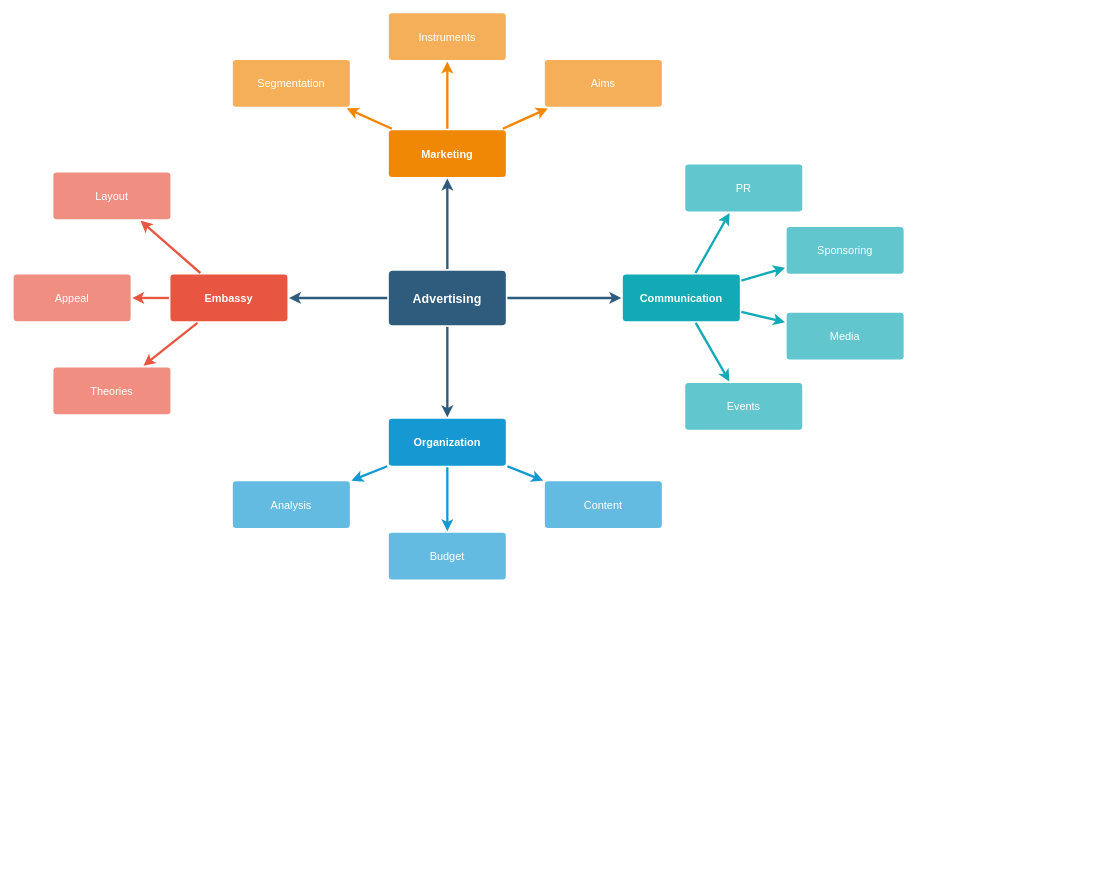
Before: CandidateGenes/Untitled Diagram.drawio in ManuelDelpero/AIL_BFMIS1xBFMIS2, a draw.io diagram. Source tidied: cells renumbered, new cells numbered last; positions are measured from the earlier drawing's top-left corner, leaving out a move shared by most shapes. Both pictures are drawn from the tidied source at 78%, with x=0, y=0 at pixel (13, 12).
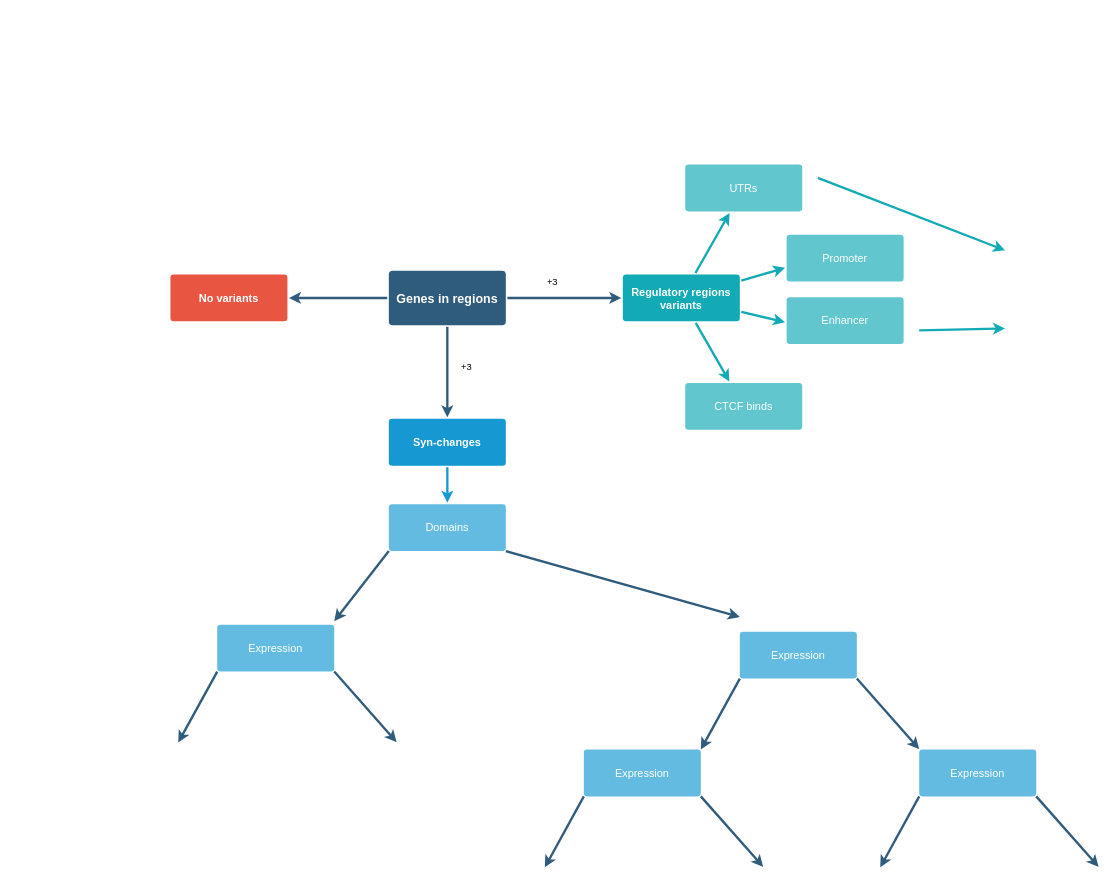
Above is the later version.

Commit message:
Prioritization Diagram

Change to the diagram source:
```diff
@@
-    <mxCell id="2" style="edgeStyle=none;rounded=0;jumpStyle=none;html=1;shadow=0;labelBackgroundColor=none;startArrow=none;startFill=0;endArrow=classic;endFill=1;jettySize=auto;strokeColor=#2F5B7C;strokeWidth=3;fontFamily=Helvetica;fontSize=16;fontColor=#23445D;spacing=5;" parent="1" edge="1" source="6" target="21">
-      <mxGeometry relative="1" as="geometry" />
-    </mxCell>
@@
-    <mxCell id="6" value="Advertising" style="rounded=1;whiteSpace=wrap;html=1;shadow=0;labelBackgroundColor=none;strokeColor=none;strokeWidth=3;fillColor=#2F5B7C;fontFamily=Helvetica;fontSize=16;fontColor=#FFFFFF;align=center;fontStyle=1;spacing=5;arcSize=7;perimeterSpacing=2;" parent="1" vertex="1">
+    <mxCell id="6" value="Genes in regions" style="rounded=1;whiteSpace=wrap;html=1;shadow=0;labelBackgroundColor=none;strokeColor=none;strokeWidth=3;fillColor=#2F5B7C;fontFamily=Helvetica;fontSize=16;fontColor=#FFFFFF;align=center;fontStyle=1;spacing=5;arcSize=7;perimeterSpacing=2;" parent="1" vertex="1">
       <mxGeometry x="481" y="330.5" width="150" height="70" as="geometry" />
     </mxCell>
-    <mxCell id="7" style="edgeStyle=none;rounded=1;jumpStyle=none;html=1;shadow=0;labelBackgroundColor=none;startArrow=none;startFill=0;jettySize=auto;strokeColor=#E85642;strokeWidth=3;fontFamily=Helvetica;fontSize=14;fontColor=#FFFFFF;spacing=5;fontStyle=1;fillColor=#b0e3e6;" parent="1" edge="1" source="10" target="13">
-      <mxGeometry relative="1" as="geometry" />
-    </mxCell>
-    <mxCell id="8" style="edgeStyle=none;rounded=1;jumpStyle=none;html=1;shadow=0;labelBackgroundColor=none;startArrow=none;startFill=0;jettySize=auto;strokeColor=#E85642;strokeWidth=3;fontFamily=Helvetica;fontSize=14;fontColor=#FFFFFF;spacing=5;fontStyle=1;fillColor=#b0e3e6;" parent="1" edge="1" source="10" target="12">
-      <mxGeometry relative="1" as="geometry" />
-    </mxCell>
-    <mxCell id="9" style="edgeStyle=none;rounded=1;jumpStyle=none;html=1;shadow=0;labelBackgroundColor=none;startArrow=none;startFill=0;jettySize=auto;strokeColor=#E85642;strokeWidth=3;fontFamily=Helvetica;fontSize=14;fontColor=#FFFFFF;spacing=5;fontStyle=1;fillColor=#b0e3e6;" parent="1" edge="1" source="10" target="11">
-      <mxGeometry relative="1" as="geometry" />
-    </mxCell>
-    <mxCell id="10" value="Embassy" style="rounded=1;whiteSpace=wrap;html=1;shadow=0;labelBackgroundColor=none;strokeColor=none;strokeWidth=3;fillColor=#e85642;fontFamily=Helvetica;fontSize=14;fontColor=#FFFFFF;align=center;spacing=5;fontStyle=1;arcSize=7;perimeterSpacing=2;" parent="1" vertex="1">
+    <mxCell id="10" value="No variants" style="rounded=1;whiteSpace=wrap;html=1;shadow=0;labelBackgroundColor=none;strokeColor=none;strokeWidth=3;fillColor=#e85642;fontFamily=Helvetica;fontSize=14;fontColor=#FFFFFF;align=center;spacing=5;fontStyle=1;arcSize=7;perimeterSpacing=2;" parent="1" vertex="1">
       <mxGeometry x="201" y="335.5" width="150" height="60" as="geometry" />
     </mxCell>
-    <mxCell id="11" value="Theories" style="rounded=1;whiteSpace=wrap;html=1;shadow=0;labelBackgroundColor=none;strokeColor=none;strokeWidth=3;fillColor=#f08e81;fontFamily=Helvetica;fontSize=14;fontColor=#FFFFFF;align=center;spacing=5;fontStyle=0;arcSize=7;perimeterSpacing=2;" parent="1" vertex="1">
-      <mxGeometry x="51" y="454.5" width="150" height="60" as="geometry" />
-    </mxCell>
-    <mxCell id="12" value="Appeal" style="rounded=1;whiteSpace=wrap;html=1;shadow=0;labelBackgroundColor=none;strokeColor=none;strokeWidth=3;fillColor=#f08e81;fontFamily=Helvetica;fontSize=14;fontColor=#FFFFFF;align=center;spacing=5;fontStyle=0;arcSize=7;perimeterSpacing=2;" parent="1" vertex="1">
-      <mxGeometry y="335.5" width="150" height="60" as="geometry" />
-    </mxCell>
-    <mxCell id="13" value="Layout" style="rounded=1;whiteSpace=wrap;html=1;shadow=0;labelBackgroundColor=none;strokeColor=none;strokeWidth=3;fillColor=#f08e81;fontFamily=Helvetica;fontSize=14;fontColor=#FFFFFF;align=center;spacing=5;fontStyle=0;arcSize=7;perimeterSpacing=2;" parent="1" vertex="1">
-      <mxGeometry x="51" y="204.5" width="150" height="60" as="geometry" />
-    </mxCell>
@@
-    <mxCell id="15" style="edgeStyle=none;rounded=0;jumpStyle=none;html=1;shadow=0;labelBackgroundColor=none;startArrow=none;startFill=0;endArrow=classic;endFill=1;jettySize=auto;strokeColor=#1699D3;strokeWidth=3;fontFamily=Helvetica;fontSize=14;fontColor=#FFFFFF;spacing=5;" parent="1" edge="1" source="17" target="19">
-      <mxGeometry relative="1" as="geometry" />
-    </mxCell>
-    <mxCell id="16" style="edgeStyle=none;rounded=0;jumpStyle=none;html=1;shadow=0;labelBackgroundColor=none;startArrow=none;startFill=0;endArrow=classic;endFill=1;jettySize=auto;strokeColor=#1699D3;strokeWidth=3;fontFamily=Helvetica;fontSize=14;fontColor=#FFFFFF;spacing=5;" parent="1" edge="1" source="17" target="18">
-      <mxGeometry relative="1" as="geometry" />
-    </mxCell>
-    <mxCell id="17" value="Organization" style="rounded=1;whiteSpace=wrap;html=1;shadow=0;labelBackgroundColor=none;strokeColor=none;strokeWidth=3;fillColor=#1699d3;fontFamily=Helvetica;fontSize=14;fontColor=#FFFFFF;align=center;spacing=5;fontStyle=1;arcSize=7;perimeterSpacing=2;" parent="1" vertex="1">
+    <mxCell id="17" value="Syn-changes" style="rounded=1;whiteSpace=wrap;html=1;shadow=0;labelBackgroundColor=none;strokeColor=none;strokeWidth=3;fillColor=#1699d3;fontFamily=Helvetica;fontSize=14;fontColor=#FFFFFF;align=center;spacing=5;fontStyle=1;arcSize=7;perimeterSpacing=2;" parent="1" vertex="1">
       <mxGeometry x="481" y="520.5" width="150" height="60" as="geometry" />
     </mxCell>
-    <mxCell id="18" value="Content" style="rounded=1;whiteSpace=wrap;html=1;shadow=0;labelBackgroundColor=none;strokeColor=none;strokeWidth=3;fillColor=#64bbe2;fontFamily=Helvetica;fontSize=14;fontColor=#FFFFFF;align=center;spacing=5;arcSize=7;perimeterSpacing=2;" parent="1" vertex="1">
-      <mxGeometry x="681" y="600.5" width="150" height="60" as="geometry" />
-    </mxCell>
-    <mxCell id="19" value="Budget" style="rounded=1;whiteSpace=wrap;html=1;shadow=0;labelBackgroundColor=none;strokeColor=none;strokeWidth=3;fillColor=#64bbe2;fontFamily=Helvetica;fontSize=14;fontColor=#FFFFFF;align=center;spacing=5;arcSize=7;perimeterSpacing=2;" parent="1" vertex="1">
-      <mxGeometry x="481" y="666.5" width="150" height="60" as="geometry" />
-    </mxCell>
-    <mxCell id="20" value="Analysis" style="rounded=1;whiteSpace=wrap;html=1;shadow=0;labelBackgroundColor=none;strokeColor=none;strokeWidth=3;fillColor=#64bbe2;fontFamily=Helvetica;fontSize=14;fontColor=#FFFFFF;align=center;spacing=5;arcSize=7;perimeterSpacing=2;" parent="1" vertex="1">
-      <mxGeometry x="281" y="600.5" width="150" height="60" as="geometry" />
+    <mxCell id="20" value="Domains" style="rounded=1;whiteSpace=wrap;html=1;shadow=0;labelBackgroundColor=none;strokeColor=none;strokeWidth=3;fillColor=#64bbe2;fontFamily=Helvetica;fontSize=14;fontColor=#FFFFFF;align=center;spacing=5;arcSize=7;perimeterSpacing=2;" parent="1" vertex="1">
+      <mxGeometry x="481" y="630" width="150" height="60" as="geometry" />
     </mxCell>
-    <mxCell id="21" value="Marketing" style="rounded=1;whiteSpace=wrap;html=1;shadow=0;labelBackgroundColor=none;strokeColor=none;strokeWidth=3;fillColor=#F08705;fontFamily=Helvetica;fontSize=14;fontColor=#FFFFFF;align=center;spacing=5;fontStyle=1;arcSize=7;perimeterSpacing=2;" parent="1" vertex="1">
-      <mxGeometry x="481" y="150.5" width="150" height="60" as="geometry" />
-    </mxCell>
-    <mxCell id="22" value="Aims&lt;br&gt;" style="rounded=1;whiteSpace=wrap;html=1;shadow=0;labelBackgroundColor=none;strokeColor=none;strokeWidth=3;fillColor=#f5af58;fontFamily=Helvetica;fontSize=14;fontColor=#FFFFFF;align=center;spacing=5;arcSize=7;perimeterSpacing=2;" parent="1" vertex="1">
-      <mxGeometry x="681" y="60.5" width="150" height="60" as="geometry" />
-    </mxCell>
-    <mxCell id="23" style="edgeStyle=none;rounded=0;jumpStyle=none;html=1;shadow=0;labelBackgroundColor=none;startArrow=none;startFill=0;endArrow=classic;endFill=1;jettySize=auto;strokeColor=#F08705;strokeWidth=3;fontFamily=Helvetica;fontSize=14;fontColor=#FFFFFF;spacing=5;" parent="1" edge="1" source="21" target="22">
-      <mxGeometry relative="1" as="geometry" />
-    </mxCell>
-    <mxCell id="24" value="Instruments" style="rounded=1;whiteSpace=wrap;html=1;shadow=0;labelBackgroundColor=none;strokeColor=none;strokeWidth=3;fillColor=#f5af58;fontFamily=Helvetica;fontSize=14;fontColor=#FFFFFF;align=center;spacing=5;arcSize=7;perimeterSpacing=2;" parent="1" vertex="1">
-      <mxGeometry x="481" y="0.5" width="150" height="60" as="geometry" />
-    </mxCell>
-    <mxCell id="25" style="edgeStyle=none;rounded=0;jumpStyle=none;html=1;shadow=0;labelBackgroundColor=none;startArrow=none;startFill=0;endArrow=classic;endFill=1;jettySize=auto;strokeColor=#F08705;strokeWidth=3;fontFamily=Helvetica;fontSize=14;fontColor=#FFFFFF;spacing=5;" parent="1" edge="1" source="21" target="24">
-      <mxGeometry relative="1" as="geometry" />
-    </mxCell>
-    <mxCell id="26" value="Segmentation" style="rounded=1;whiteSpace=wrap;html=1;shadow=0;labelBackgroundColor=none;strokeColor=none;strokeWidth=3;fillColor=#f5af58;fontFamily=Helvetica;fontSize=14;fontColor=#FFFFFF;align=center;spacing=5;arcSize=7;perimeterSpacing=2;" parent="1" vertex="1">
-      <mxGeometry x="281" y="60.5" width="150" height="60" as="geometry" />
-    </mxCell>
-    <mxCell id="27" style="edgeStyle=none;rounded=0;jumpStyle=none;html=1;shadow=0;labelBackgroundColor=none;startArrow=none;startFill=0;endArrow=classic;endFill=1;jettySize=auto;strokeColor=#F08705;strokeWidth=3;fontFamily=Helvetica;fontSize=14;fontColor=#FFFFFF;spacing=5;" parent="1" edge="1" source="21" target="26">
-      <mxGeometry relative="1" as="geometry" />
-    </mxCell>
-    <mxCell id="28" value="Communication" style="rounded=1;whiteSpace=wrap;html=1;shadow=0;labelBackgroundColor=none;strokeColor=none;strokeWidth=3;fillColor=#12aab5;fontFamily=Helvetica;fontSize=14;fontColor=#FFFFFF;align=center;spacing=5;fontStyle=1;arcSize=7;perimeterSpacing=2;" parent="1" vertex="1">
+    <mxCell id="28" value="Regulatory regions variants" style="rounded=1;whiteSpace=wrap;html=1;shadow=0;labelBackgroundColor=none;strokeColor=none;strokeWidth=3;fillColor=#12aab5;fontFamily=Helvetica;fontSize=14;fontColor=#FFFFFF;align=center;spacing=5;fontStyle=1;arcSize=7;perimeterSpacing=2;" parent="1" vertex="1">
       <mxGeometry x="781" y="335.5" width="150" height="60" as="geometry" />
     </mxCell>
-    <mxCell id="29" value="Events" style="rounded=1;whiteSpace=wrap;html=1;shadow=0;labelBackgroundColor=none;strokeColor=none;strokeWidth=3;fillColor=#61c6ce;fontFamily=Helvetica;fontSize=14;fontColor=#FFFFFF;align=center;spacing=5;fontStyle=0;arcSize=7;perimeterSpacing=2;" parent="1" vertex="1">
+    <mxCell id="29" value="CTCF binds" style="rounded=1;whiteSpace=wrap;html=1;shadow=0;labelBackgroundColor=none;strokeColor=none;strokeWidth=3;fillColor=#61c6ce;fontFamily=Helvetica;fontSize=14;fontColor=#FFFFFF;align=center;spacing=5;fontStyle=0;arcSize=7;perimeterSpacing=2;" parent="1" vertex="1">
       <mxGeometry x="861" y="474.5" width="150" height="60" as="geometry" />
     </mxCell>
@@
-    <mxCell id="31" value="Media" style="rounded=1;whiteSpace=wrap;html=1;shadow=0;labelBackgroundColor=none;strokeColor=none;strokeWidth=3;fillColor=#61c6ce;fontFamily=Helvetica;fontSize=14;fontColor=#FFFFFF;align=center;spacing=5;fontStyle=0;arcSize=7;perimeterSpacing=2;" parent="1" vertex="1">
-      <mxGeometry x="991" y="384.5" width="150" height="60" as="geometry" />
+    <mxCell id="31" value="Enhancer" style="rounded=1;whiteSpace=wrap;html=1;shadow=0;labelBackgroundColor=none;strokeColor=none;strokeWidth=3;fillColor=#61c6ce;fontFamily=Helvetica;fontSize=14;fontColor=#FFFFFF;align=center;spacing=5;fontStyle=0;arcSize=7;perimeterSpacing=2;" parent="1" vertex="1">
+      <mxGeometry x="991" y="364.5" width="150" height="60" as="geometry" />
     </mxCell>
-    <mxCell id="32" style="edgeStyle=none;rounded=1;jumpStyle=none;html=1;shadow=0;labelBackgroundColor=none;startArrow=none;startFill=0;jettySize=auto;strokeColor=#12AAB5;strokeWidth=3;fontFamily=Helvetica;fontSize=14;fontColor=#FFFFFF;spacing=5;fontStyle=1;fillColor=#b0e3e6;" parent="1" edge="1" source="28" target="31">
-      <mxGeometry relative="1" as="geometry" />
+    <mxCell id="32" style="edgeStyle=none;rounded=1;jumpStyle=none;html=1;shadow=0;labelBackgroundColor=none;startArrow=none;startFill=0;jettySize=auto;strokeColor=#12AAB5;strokeWidth=3;fontFamily=Helvetica;fontSize=14;fontColor=#FFFFFF;spacing=5;fontStyle=1;fillColor=#b0e3e6;" parent="1" edge="1" source="28">
+      <mxGeometry relative="1" as="geometry">
+        <mxPoint x="989" y="396.5" as="targetPoint" />
+      </mxGeometry>
     </mxCell>
-    <mxCell id="33" value="Sponsoring" style="rounded=1;whiteSpace=wrap;html=1;shadow=0;labelBackgroundColor=none;strokeColor=none;strokeWidth=3;fillColor=#61c6ce;fontFamily=Helvetica;fontSize=14;fontColor=#FFFFFF;align=center;spacing=5;fontStyle=0;arcSize=7;perimeterSpacing=2;" parent="1" vertex="1">
-      <mxGeometry x="991" y="274.5" width="150" height="60" as="geometry" />
+    <mxCell id="33" value="Promoter" style="rounded=1;whiteSpace=wrap;html=1;shadow=0;labelBackgroundColor=none;strokeColor=none;strokeWidth=3;fillColor=#61c6ce;fontFamily=Helvetica;fontSize=14;fontColor=#FFFFFF;align=center;spacing=5;fontStyle=0;arcSize=7;perimeterSpacing=2;" parent="1" vertex="1">
+      <mxGeometry x="991" y="284.5" width="150" height="60" as="geometry" />
     </mxCell>
-    <mxCell id="34" style="edgeStyle=none;rounded=1;jumpStyle=none;html=1;shadow=0;labelBackgroundColor=none;startArrow=none;startFill=0;jettySize=auto;strokeColor=#12AAB5;strokeWidth=3;fontFamily=Helvetica;fontSize=14;fontColor=#FFFFFF;spacing=5;fontStyle=1;fillColor=#b0e3e6;" parent="1" edge="1" source="28" target="33">
-      <mxGeometry relative="1" as="geometry" />
+    <mxCell id="34" style="edgeStyle=none;rounded=1;jumpStyle=none;html=1;shadow=0;labelBackgroundColor=none;startArrow=none;startFill=0;jettySize=auto;strokeColor=#12AAB5;strokeWidth=3;fontFamily=Helvetica;fontSize=14;fontColor=#FFFFFF;spacing=5;fontStyle=1;fillColor=#b0e3e6;" parent="1" edge="1" source="28">
+      <mxGeometry relative="1" as="geometry">
+        <mxPoint x="989" y="326.9" as="targetPoint" />
+      </mxGeometry>
     </mxCell>
-    <mxCell id="35" value="PR" style="rounded=1;whiteSpace=wrap;html=1;shadow=0;labelBackgroundColor=none;strokeColor=none;strokeWidth=3;fillColor=#61c6ce;fontFamily=Helvetica;fontSize=14;fontColor=#FFFFFF;align=center;spacing=5;fontStyle=0;arcSize=7;perimeterSpacing=2;" parent="1" vertex="1">
+    <mxCell id="35" value="UTRs" style="rounded=1;whiteSpace=wrap;html=1;shadow=0;labelBackgroundColor=none;strokeColor=none;strokeWidth=3;fillColor=#61c6ce;fontFamily=Helvetica;fontSize=14;fontColor=#FFFFFF;align=center;spacing=5;fontStyle=0;arcSize=7;perimeterSpacing=2;" parent="1" vertex="1">
       <mxGeometry x="861" y="194.5" width="150" height="60" as="geometry" />
     </mxCell>
@@
+    <mxCell id="37" style="edgeStyle=none;rounded=0;jumpStyle=none;html=1;shadow=0;labelBackgroundColor=none;startArrow=none;startFill=0;endArrow=classic;endFill=1;jettySize=auto;orthogonalLoop=1;strokeColor=#2F5B7C;strokeWidth=3;fontFamily=Helvetica;fontSize=16;fontColor=#23445D;spacing=5;" parent="1" edge="1">
+      <mxGeometry relative="1" as="geometry">
+        <mxPoint x="481" y="690" as="sourcePoint" />
+        <mxPoint x="411" y="780" as="targetPoint" />
+      </mxGeometry>
+    </mxCell>
+    <mxCell id="38" style="edgeStyle=none;rounded=0;jumpStyle=none;html=1;shadow=0;labelBackgroundColor=none;startArrow=none;startFill=0;endArrow=classic;endFill=1;jettySize=auto;orthogonalLoop=1;strokeColor=#2F5B7C;strokeWidth=3;fontFamily=Helvetica;fontSize=16;fontColor=#23445D;spacing=5;" parent="1" edge="1">
+      <mxGeometry relative="1" as="geometry">
+        <mxPoint x="631" y="690" as="sourcePoint" />
+        <mxPoint x="931" y="774.5" as="targetPoint" />
+      </mxGeometry>
+    </mxCell>
+    <mxCell id="39" value="+3" style="text;html=1;strokeColor=none;fillColor=none;align=center;verticalAlign=middle;whiteSpace=wrap;rounded=0;" parent="1" vertex="1">
+      <mxGeometry x="671" y="324.5" width="40" height="40" as="geometry" />
+    </mxCell>
+    <mxCell id="40" value="+3" style="text;html=1;strokeColor=none;fillColor=none;align=center;verticalAlign=middle;whiteSpace=wrap;rounded=0;" parent="1" vertex="1">
+      <mxGeometry x="561" y="434.5" width="40" height="40" as="geometry" />
+    </mxCell>
+    <mxCell id="41" style="edgeStyle=none;rounded=1;jumpStyle=none;html=1;shadow=0;labelBackgroundColor=none;startArrow=none;startFill=0;jettySize=auto;orthogonalLoop=1;strokeColor=#12AAB5;strokeWidth=3;fontFamily=Helvetica;fontSize=14;fontColor=#FFFFFF;spacing=5;fontStyle=1;fillColor=#b0e3e6;" parent="1" edge="1">
+      <mxGeometry relative="1" as="geometry">
+        <mxPoint x="1031" y="211.5" as="sourcePoint" />
+        <mxPoint x="1271" y="304.5" as="targetPoint" />
+      </mxGeometry>
+    </mxCell>
+    <mxCell id="42" style="edgeStyle=none;rounded=1;jumpStyle=none;html=1;shadow=0;labelBackgroundColor=none;startArrow=none;startFill=0;jettySize=auto;orthogonalLoop=1;strokeColor=#12AAB5;strokeWidth=3;fontFamily=Helvetica;fontSize=14;fontColor=#FFFFFF;spacing=5;fontStyle=1;fillColor=#b0e3e6;" parent="1" edge="1">
+      <mxGeometry relative="1" as="geometry">
+        <mxPoint x="1161" y="407.1" as="sourcePoint" />
+        <mxPoint x="1271" y="404.5" as="targetPoint" />
+      </mxGeometry>
+    </mxCell>
+    <mxCell id="43" value="Expression" style="rounded=1;whiteSpace=wrap;html=1;shadow=0;labelBackgroundColor=none;strokeColor=none;strokeWidth=3;fillColor=#64bbe2;fontFamily=Helvetica;fontSize=14;fontColor=#FFFFFF;align=center;spacing=5;arcSize=7;perimeterSpacing=2;" parent="1" vertex="1">
+      <mxGeometry x="931" y="793.5" width="150" height="60" as="geometry" />
+    </mxCell>
+    <mxCell id="44" style="edgeStyle=none;rounded=0;jumpStyle=none;html=1;shadow=0;labelBackgroundColor=none;startArrow=none;startFill=0;endArrow=classic;endFill=1;jettySize=auto;orthogonalLoop=1;strokeColor=#2F5B7C;strokeWidth=3;fontFamily=Helvetica;fontSize=16;fontColor=#23445D;spacing=5;" parent="1" edge="1">
+      <mxGeometry relative="1" as="geometry">
+        <mxPoint x="1081" y="853.5" as="sourcePoint" />
+        <mxPoint x="1161" y="944" as="targetPoint" />
+      </mxGeometry>
+    </mxCell>
+    <mxCell id="45" style="edgeStyle=none;rounded=0;jumpStyle=none;html=1;shadow=0;labelBackgroundColor=none;startArrow=none;startFill=0;endArrow=classic;endFill=1;jettySize=auto;orthogonalLoop=1;strokeColor=#2F5B7C;strokeWidth=3;fontFamily=Helvetica;fontSize=16;fontColor=#23445D;spacing=5;" parent="1" edge="1">
+      <mxGeometry relative="1" as="geometry">
+        <mxPoint x="931" y="853.5" as="sourcePoint" />
+        <mxPoint x="881" y="944.5" as="targetPoint" />
+      </mxGeometry>
+    </mxCell>
+    <mxCell id="46" value="Expression" style="rounded=1;whiteSpace=wrap;html=1;shadow=0;labelBackgroundColor=none;strokeColor=none;strokeWidth=3;fillColor=#64bbe2;fontFamily=Helvetica;fontSize=14;fontColor=#FFFFFF;align=center;spacing=5;arcSize=7;perimeterSpacing=2;" parent="1" vertex="1">
+      <mxGeometry x="261" y="784.5" width="150" height="60" as="geometry" />
+    </mxCell>
+    <mxCell id="47" style="edgeStyle=none;rounded=0;jumpStyle=none;html=1;shadow=0;labelBackgroundColor=none;startArrow=none;startFill=0;endArrow=classic;endFill=1;jettySize=auto;orthogonalLoop=1;strokeColor=#2F5B7C;strokeWidth=3;fontFamily=Helvetica;fontSize=16;fontColor=#23445D;spacing=5;" parent="1" edge="1">
+      <mxGeometry relative="1" as="geometry">
+        <mxPoint x="411" y="844.5" as="sourcePoint" />
+        <mxPoint x="491" y="935" as="targetPoint" />
+      </mxGeometry>
+    </mxCell>
+    <mxCell id="48" style="edgeStyle=none;rounded=0;jumpStyle=none;html=1;shadow=0;labelBackgroundColor=none;startArrow=none;startFill=0;endArrow=classic;endFill=1;jettySize=auto;orthogonalLoop=1;strokeColor=#2F5B7C;strokeWidth=3;fontFamily=Helvetica;fontSize=16;fontColor=#23445D;spacing=5;" parent="1" edge="1">
+      <mxGeometry relative="1" as="geometry">
+        <mxPoint x="261" y="844.5" as="sourcePoint" />
+        <mxPoint x="211" y="935.5" as="targetPoint" />
+      </mxGeometry>
+    </mxCell>
+    <mxCell id="49" value="Expression" style="rounded=1;whiteSpace=wrap;html=1;shadow=0;labelBackgroundColor=none;strokeColor=none;strokeWidth=3;fillColor=#64bbe2;fontFamily=Helvetica;fontSize=14;fontColor=#FFFFFF;align=center;spacing=5;arcSize=7;perimeterSpacing=2;" parent="1" vertex="1">
+      <mxGeometry x="1161" y="944.5" width="150" height="60" as="geometry" />
+    </mxCell>
+    <mxCell id="50" style="edgeStyle=none;rounded=0;jumpStyle=none;html=1;shadow=0;labelBackgroundColor=none;startArrow=none;startFill=0;endArrow=classic;endFill=1;jettySize=auto;orthogonalLoop=1;strokeColor=#2F5B7C;strokeWidth=3;fontFamily=Helvetica;fontSize=16;fontColor=#23445D;spacing=5;" parent="1" edge="1">
+      <mxGeometry relative="1" as="geometry">
+        <mxPoint x="1311" y="1004.5" as="sourcePoint" />
+        <mxPoint x="1391" y="1095" as="targetPoint" />
+      </mxGeometry>
+    </mxCell>
+    <mxCell id="51" style="edgeStyle=none;rounded=0;jumpStyle=none;html=1;shadow=0;labelBackgroundColor=none;startArrow=none;startFill=0;endArrow=classic;endFill=1;jettySize=auto;orthogonalLoop=1;strokeColor=#2F5B7C;strokeWidth=3;fontFamily=Helvetica;fontSize=16;fontColor=#23445D;spacing=5;" parent="1" edge="1">
+      <mxGeometry relative="1" as="geometry">
+        <mxPoint x="1161" y="1004.5" as="sourcePoint" />
+        <mxPoint x="1111" y="1095.5" as="targetPoint" />
+      </mxGeometry>
+    </mxCell>
+    <mxCell id="52" value="Expression" style="rounded=1;whiteSpace=wrap;html=1;shadow=0;labelBackgroundColor=none;strokeColor=none;strokeWidth=3;fillColor=#64bbe2;fontFamily=Helvetica;fontSize=14;fontColor=#FFFFFF;align=center;spacing=5;arcSize=7;perimeterSpacing=2;" parent="1" vertex="1">
+      <mxGeometry x="731" y="944.5" width="150" height="60" as="geometry" />
+    </mxCell>
+    <mxCell id="53" style="edgeStyle=none;rounded=0;jumpStyle=none;html=1;shadow=0;labelBackgroundColor=none;startArrow=none;startFill=0;endArrow=classic;endFill=1;jettySize=auto;orthogonalLoop=1;strokeColor=#2F5B7C;strokeWidth=3;fontFamily=Helvetica;fontSize=16;fontColor=#23445D;spacing=5;" parent="1" edge="1">
+      <mxGeometry relative="1" as="geometry">
+        <mxPoint x="881" y="1004.5" as="sourcePoint" />
+        <mxPoint x="961" y="1095" as="targetPoint" />
+      </mxGeometry>
+    </mxCell>
+    <mxCell id="54" style="edgeStyle=none;rounded=0;jumpStyle=none;html=1;shadow=0;labelBackgroundColor=none;startArrow=none;startFill=0;endArrow=classic;endFill=1;jettySize=auto;orthogonalLoop=1;strokeColor=#2F5B7C;strokeWidth=3;fontFamily=Helvetica;fontSize=16;fontColor=#23445D;spacing=5;" parent="1" edge="1">
+      <mxGeometry relative="1" as="geometry">
+        <mxPoint x="731" y="1004.5" as="sourcePoint" />
+        <mxPoint x="681" y="1095.5" as="targetPoint" />
+      </mxGeometry>
+    </mxCell>
```
